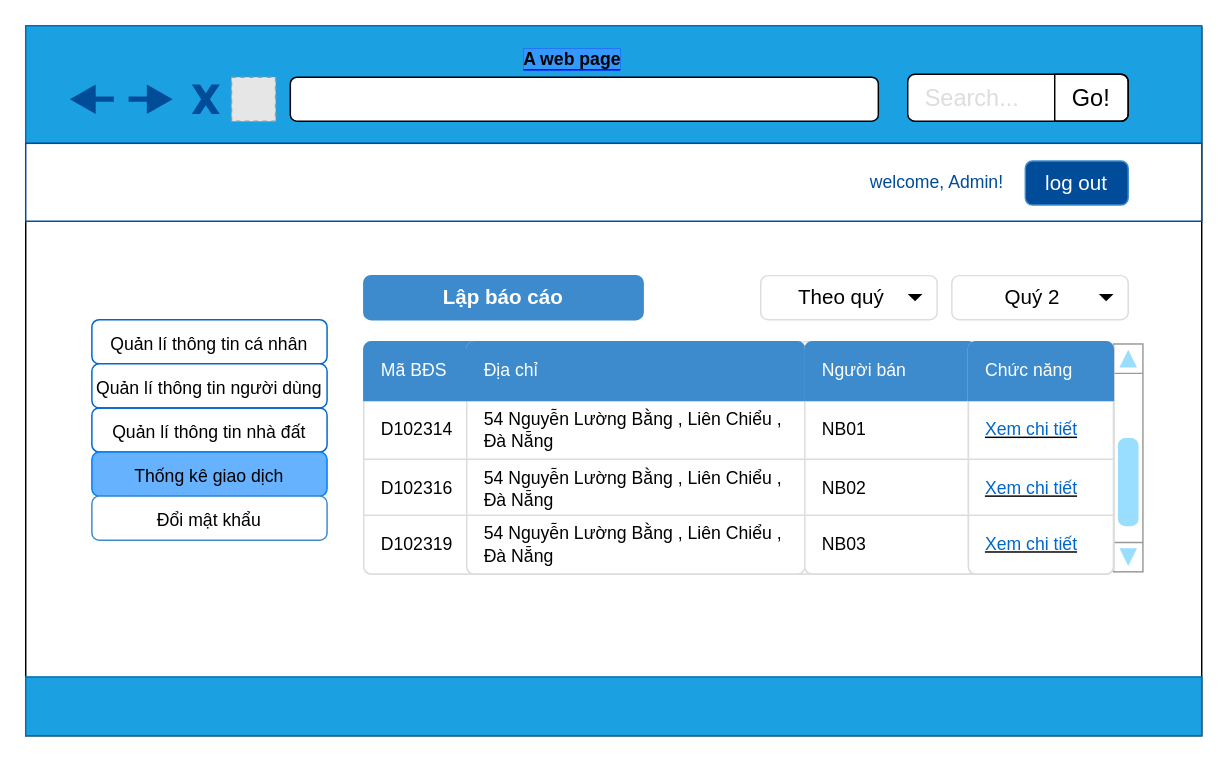
Earlier version of the draw.io diagram List Sold Sales by 3month .drawio (tramtruong98/use_case_diagram). Source tidied: cells renumbered, new cells numbered last; positions are measured from the earlier drawing's top-left corner, leaving out a move shared by most shapes. Both pictures are drawn from the tidied source at 147%, with x=0, y=0 at pixel (25, 25). Pictures stored in the file or linked from it are replaced by grey dashed boxes.
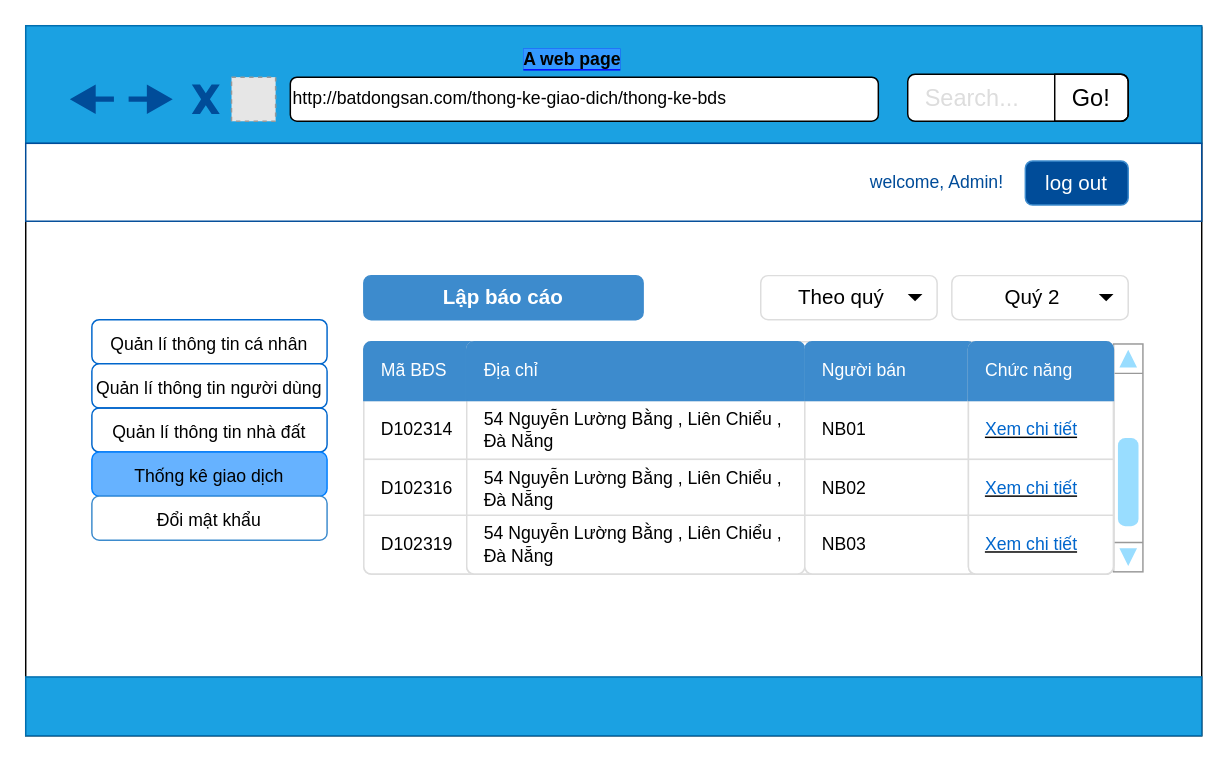
The same diagram, later.

What changed in the source:
```diff
@@
-    <mxCell id="5" style="rounded=1;whiteSpace=wrap;html=1;" parent="1" vertex="1">
+    <mxCell id="5" value="&lt;span style=&quot;white-space: normal&quot;&gt;http://batdongsan.com/thong-ke-giao-dich/thong-ke-bds&lt;/span&gt;" style="rounded=1;whiteSpace=wrap;html=1;align=left;" parent="1" vertex="1">
       <mxGeometry x="180" y="35" width="400" height="30" as="geometry" />
     </mxCell>
```
